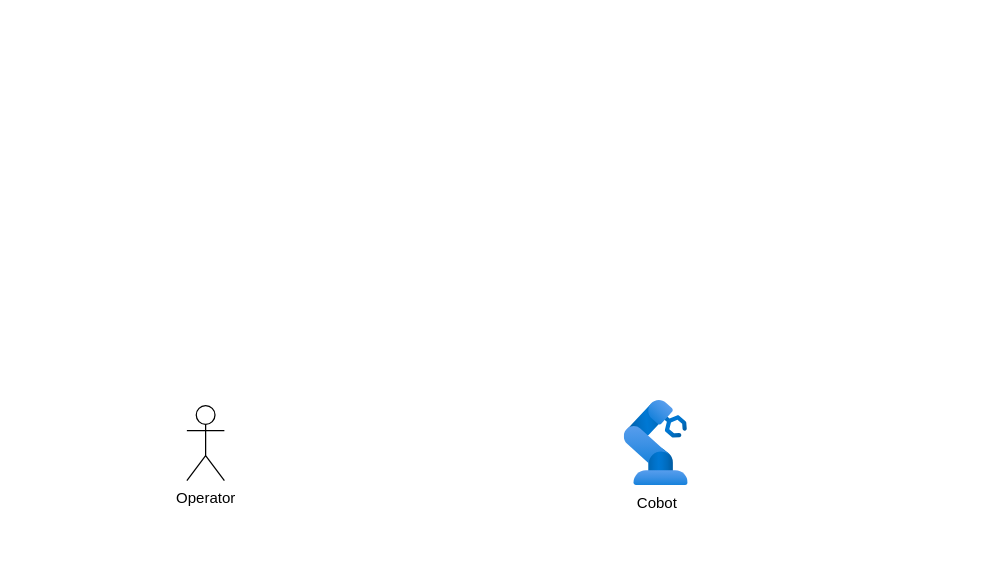
GreatSharky/CoHSCI keeps this draw.io diagram as architecture.drawio. Above is the earlier version. Source tidied: cells renumbered, new cells numbered last; positions are measured from the earlier drawing's top-left corner, leaving out a move shared by most shapes. Both pictures are drawn from the tidied source at 125%, with x=0, y=0 at pixel (186, 400).
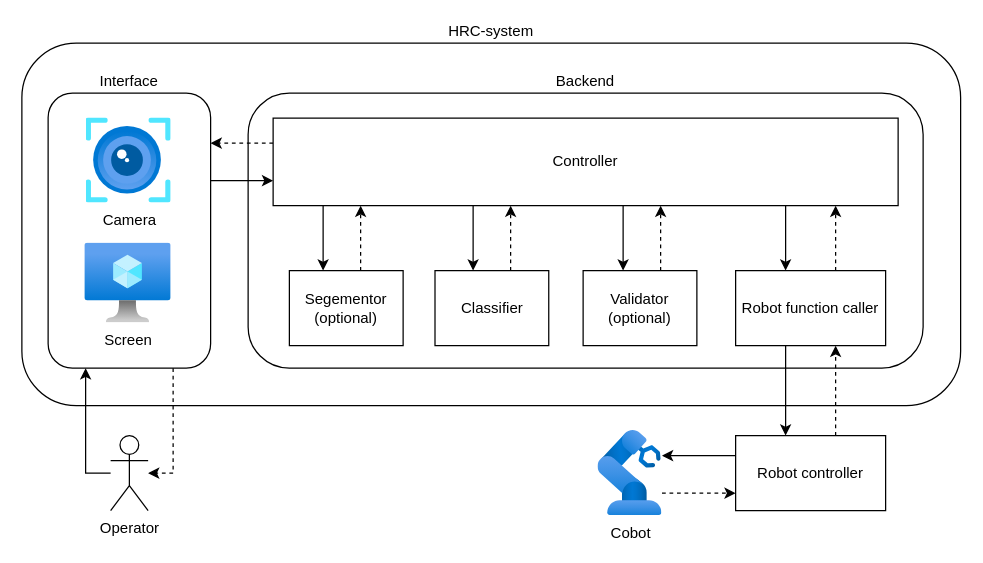
After the change.

Change to the diagram source:
```diff
@@
+    <mxCell id="4" value="HRC-system" style="rounded=1;whiteSpace=wrap;html=1;fillColor=none;labelPosition=center;verticalLabelPosition=top;align=center;verticalAlign=bottom;" parent="1" vertex="1">
+      <mxGeometry x="-132" y="-286" width="751" height="290" as="geometry" />
+    </mxCell>
+    <mxCell id="5" style="edgeStyle=orthogonalEdgeStyle;rounded=0;jettySize=auto;html=1;dashed=1;" parent="1" edge="1" source="6" target="3">
+      <mxGeometry relative="1" as="geometry">
+        <Array as="points">
+          <mxPoint x="-11" y="58" />
+        </Array>
+      </mxGeometry>
+    </mxCell>
+    <mxCell id="6" value="Interface" style="rounded=1;whiteSpace=wrap;html=1;fillColor=none;labelPosition=center;verticalLabelPosition=top;align=center;verticalAlign=bottom;" parent="1" vertex="1">
+      <mxGeometry x="-111" y="-246" width="130" height="220" as="geometry" />
+    </mxCell>
+    <mxCell id="7" value="Backend" style="rounded=1;whiteSpace=wrap;html=1;fillColor=none;labelPosition=center;verticalLabelPosition=top;align=center;verticalAlign=bottom;" parent="1" vertex="1">
+      <mxGeometry x="49" y="-246" width="540" height="220" as="geometry" />
+    </mxCell>
+    <mxCell id="8" style="edgeStyle=orthogonalEdgeStyle;rounded=0;jettySize=auto;html=1;" parent="1" edge="1" source="6" target="17">
+      <mxGeometry relative="1" as="geometry">
+        <Array as="points">
+          <mxPoint x="49" y="-176" />
+          <mxPoint x="49" y="-176" />
+        </Array>
+      </mxGeometry>
+    </mxCell>
+    <mxCell id="9" style="edgeStyle=orthogonalEdgeStyle;rounded=0;jettySize=auto;html=1;dashed=1;" parent="1" edge="1" source="2" target="30">
+      <mxGeometry relative="1" as="geometry">
+        <Array as="points">
+          <mxPoint x="419" y="74" />
+          <mxPoint x="419" y="74" />
+        </Array>
+      </mxGeometry>
+    </mxCell>
     <mxCell id="2" value="Cobot" style="image;html=1;points=[];align=center;fontSize=12;image=img/lib/azure2/other/Defender_Industrial_Robot.svg;" parent="1" vertex="1">
-      <mxGeometry x="350" width="51.1" height="68" as="geometry" />
+      <mxGeometry x="329" y="24" width="51.1" height="68" as="geometry" />
     </mxCell>
+    <mxCell id="10" style="edgeStyle=orthogonalEdgeStyle;rounded=0;jettySize=auto;html=1;" parent="1" edge="1" source="3" target="6">
+      <mxGeometry relative="1" as="geometry">
+        <Array as="points">
+          <mxPoint x="-81" y="58" />
+        </Array>
+      </mxGeometry>
+    </mxCell>
     <mxCell id="3" value="Operator" style="shape=umlActor;verticalLabelPosition=bottom;verticalAlign=top;html=1;outlineConnect=0;" parent="1" vertex="1">
-      <mxGeometry y="4" width="30" height="60" as="geometry" />
+      <mxGeometry x="-61" y="28" width="30" height="60" as="geometry" />
     </mxCell>
+    <mxCell id="11" value="Camera" style="image;html=1;align=center;fontSize=12;image=img/lib/azure2/ai_machine_learning/Computer_Vision.svg;" parent="1" vertex="1">
+      <mxGeometry x="-80.5" y="-226" width="68" height="68" as="geometry" />
+    </mxCell>
+    <mxCell id="12" value="Screen" style="image;html=1;align=center;fontSize=12;image=img/lib/azure2/compute/Virtual_Machine.svg;" parent="1" vertex="1">
+      <mxGeometry x="-81.5" y="-126" width="69" height="64" as="geometry" />
+    </mxCell>
+    <mxCell id="13" style="edgeStyle=orthogonalEdgeStyle;rounded=0;jettySize=auto;html=1;dashed=1;" parent="1" edge="1" source="17" target="6">
+      <mxGeometry relative="1" as="geometry">
+        <Array as="points">
+          <mxPoint x="49" y="-206" />
+          <mxPoint x="49" y="-206" />
+        </Array>
+      </mxGeometry>
+    </mxCell>
+    <mxCell id="14" style="edgeStyle=orthogonalEdgeStyle;rounded=0;jettySize=auto;html=1;" parent="1" edge="1" source="17" target="22">
+      <mxGeometry relative="1" as="geometry">
+        <Array as="points">
+          <mxPoint x="229" y="-126" />
+          <mxPoint x="229" y="-126" />
+        </Array>
+      </mxGeometry>
+    </mxCell>
+    <mxCell id="15" style="edgeStyle=orthogonalEdgeStyle;rounded=0;jettySize=auto;html=1;" parent="1" edge="1" source="17" target="24">
+      <mxGeometry relative="1" as="geometry">
+        <Array as="points">
+          <mxPoint x="349" y="-126" />
+          <mxPoint x="349" y="-126" />
+        </Array>
+      </mxGeometry>
+    </mxCell>
+    <mxCell id="16" style="edgeStyle=orthogonalEdgeStyle;rounded=0;jettySize=auto;html=1;" parent="1" edge="1" source="17" target="27">
+      <mxGeometry relative="1" as="geometry">
+        <Array as="points">
+          <mxPoint x="479" y="-116" />
+          <mxPoint x="479" y="-116" />
+        </Array>
+      </mxGeometry>
+    </mxCell>
+    <mxCell id="17" value="Controller" style="rounded=0;whiteSpace=wrap;html=1;" parent="1" vertex="1">
+      <mxGeometry x="69" y="-226" width="500" height="70" as="geometry" />
+    </mxCell>
+    <mxCell id="18" style="edgeStyle=orthogonalEdgeStyle;rounded=0;jettySize=auto;html=1;dashed=1;" parent="1" edge="1" source="20" target="17">
+      <mxGeometry relative="1" as="geometry">
+        <Array as="points">
+          <mxPoint x="139" y="-126" />
+          <mxPoint x="139" y="-126" />
+        </Array>
+      </mxGeometry>
+    </mxCell>
+    <mxCell id="19" style="edgeStyle=orthogonalEdgeStyle;rounded=0;jettySize=auto;html=1;endArrow=none;endFill=0;startArrow=classic;startFill=1;" parent="1" edge="1" source="20" target="17">
+      <mxGeometry relative="1" as="geometry">
+        <Array as="points">
+          <mxPoint x="109" y="-126" />
+          <mxPoint x="109" y="-126" />
+        </Array>
+      </mxGeometry>
+    </mxCell>
+    <mxCell id="20" value="Segementor&lt;div&gt;(optional)&lt;/div&gt;" style="rounded=0;whiteSpace=wrap;html=1;" parent="1" vertex="1">
+      <mxGeometry x="82" y="-104" width="91" height="60" as="geometry" />
+    </mxCell>
+    <mxCell id="21" style="edgeStyle=orthogonalEdgeStyle;rounded=0;jettySize=auto;html=1;dashed=1;" parent="1" edge="1" source="22" target="17">
+      <mxGeometry relative="1" as="geometry">
+        <Array as="points">
+          <mxPoint x="259" y="-126" />
+          <mxPoint x="259" y="-126" />
+        </Array>
+      </mxGeometry>
+    </mxCell>
+    <mxCell id="22" value="Classifier" style="rounded=0;whiteSpace=wrap;html=1;" parent="1" vertex="1">
+      <mxGeometry x="198.5" y="-104" width="91" height="60" as="geometry" />
+    </mxCell>
+    <mxCell id="23" style="edgeStyle=orthogonalEdgeStyle;rounded=0;jettySize=auto;html=1;dashed=1;" parent="1" edge="1" source="24" target="17">
+      <mxGeometry relative="1" as="geometry">
+        <Array as="points">
+          <mxPoint x="379" y="-124" />
+          <mxPoint x="379" y="-124" />
+        </Array>
+      </mxGeometry>
+    </mxCell>
+    <mxCell id="24" value="Validator&lt;div&gt;(optional)&lt;/div&gt;" style="rounded=0;whiteSpace=wrap;html=1;" parent="1" vertex="1">
+      <mxGeometry x="317" y="-104" width="91" height="60" as="geometry" />
+    </mxCell>
+    <mxCell id="25" style="edgeStyle=orthogonalEdgeStyle;rounded=0;jettySize=auto;html=1;dashed=1;" parent="1" edge="1" source="27" target="17">
+      <mxGeometry relative="1" as="geometry">
+        <Array as="points">
+          <mxPoint x="519" y="-126" />
+          <mxPoint x="519" y="-126" />
+        </Array>
+      </mxGeometry>
+    </mxCell>
+    <mxCell id="26" style="edgeStyle=orthogonalEdgeStyle;rounded=0;jettySize=auto;html=1;" parent="1" edge="1" source="27" target="30">
+      <mxGeometry relative="1" as="geometry">
+        <Array as="points">
+          <mxPoint x="479" y="-6" />
+          <mxPoint x="479" y="-6" />
+        </Array>
+      </mxGeometry>
+    </mxCell>
+    <mxCell id="27" value="Robot function caller" style="rounded=0;whiteSpace=wrap;html=1;" parent="1" vertex="1">
+      <mxGeometry x="439" y="-104" width="120" height="60" as="geometry" />
+    </mxCell>
+    <mxCell id="28" style="edgeStyle=orthogonalEdgeStyle;rounded=0;jettySize=auto;html=1;dashed=1;" parent="1" edge="1" source="30" target="27">
+      <mxGeometry relative="1" as="geometry">
+        <Array as="points">
+          <mxPoint x="519" y="-6" />
+          <mxPoint x="519" y="-6" />
+        </Array>
+      </mxGeometry>
+    </mxCell>
+    <mxCell id="29" style="edgeStyle=orthogonalEdgeStyle;rounded=0;jettySize=auto;html=1;" parent="1" edge="1" source="30" target="2">
+      <mxGeometry relative="1" as="geometry">
+        <Array as="points">
+          <mxPoint x="419" y="44" />
+          <mxPoint x="419" y="44" />
+        </Array>
+      </mxGeometry>
+    </mxCell>
+    <mxCell id="30" value="Robot controller" style="rounded=0;whiteSpace=wrap;html=1;" parent="1" vertex="1">
+      <mxGeometry x="439" y="28" width="120" height="60" as="geometry" />
+    </mxCell>
```
